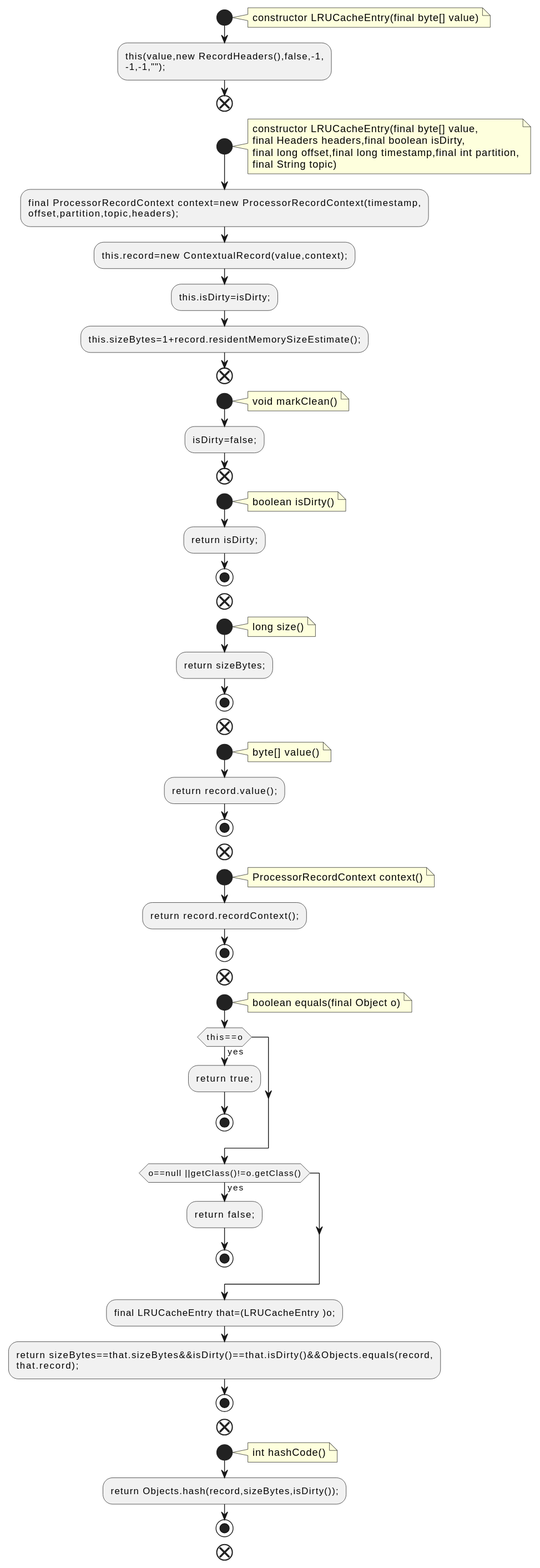
qualitesys/kafka keeps this PlantUML diagram as docs/qc/streams/src/main/java/org/apache/kafka/streams/state/internals/LRUCacheEntry.java.fct.svg. Above is the earlier version.
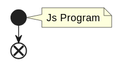
The same file after the commit.

Change to the diagram source:
```diff
@@ -2,80 +2,7 @@
 !pragma layout smetana
 start
 note right
-constructor LRUCacheEntry(final byte[] value)
+Js Program
 end note
-:this(value,new RecordHeaders(),false,-1,
--1,-1,"");;
-end
-start
-note right
-constructor LRUCacheEntry(final byte[] value,
-final Headers headers,final boolean isDirty,
-final long offset,final long timestamp,final int partition,
-final String topic)
-end note
-:final ProcessorRecordContext context=new ProcessorRecordContext(timestamp,
-offset,partition,topic,headers);;
-:this.record=new ContextualRecord(value,context);;
-:this.isDirty=isDirty;;
-:this.sizeBytes=1+record.residentMemorySizeEstimate();;
-end
-start
-note right
-void markClean()
-end note
-:isDirty=false;;
-end
-start
-note right
-boolean isDirty()
-end note
-:return isDirty;;
-stop
-end
-start
-note right
-long size()
-end note
-:return sizeBytes;;
-stop
-end
-start
-note right
-byte[] value()
-end note
-:return record.value();;
-stop
-end
-start
-note right
-ProcessorRecordContext context()
-end note
-:return record.recordContext();;
-stop
-end
-start
-note right
-boolean equals(final Object o)
-end note
-if (this==o) then (yes)
-:return true;;
-stop
-endif
-if (o==null ||getClass()!=o.getClass()) then (yes)
-:return false;;
-stop
-endif
-:final LRUCacheEntry that=(LRUCacheEntry )o;;
-:return sizeBytes==that.sizeBytes&&isDirty()==that.isDirty()&&Objects.equals(record,
-that.record);;
-stop
-end
-start
-note right
-int hashCode()
-end note
-:return Objects.hash(record,sizeBytes,isDirty());;
-stop
 end
 @enduml
```
